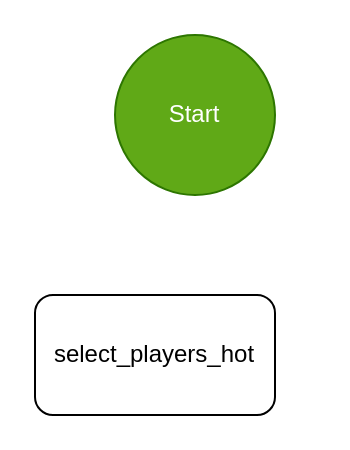
Erik-Martinez/Programming-Skills-Level3 keeps this draw.io diagram as Diagramas/exe1.drawio. Above is the earlier version. Source tidied: cells renumbered, new cells numbered last; positions are measured from the earlier drawing's top-left corner, leaving out a move shared by most shapes. Both pictures are drawn from the tidied source at 200%, with x=0, y=0 at pixel (34, 34).
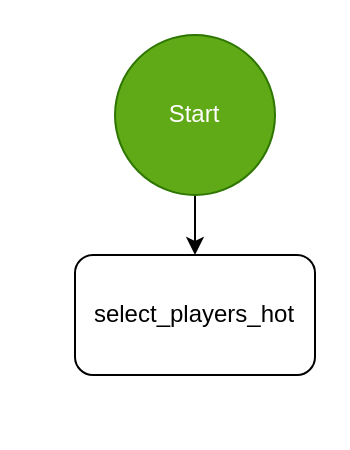
After the change.

Commit message (it also covers changes not shown here):
Exe1: finalizado

Diff of the diagram source:
```diff
@@
 <mxGraphModel>
   <root>
     <mxCell id="0" />
     <mxCell id="1" parent="0" />
+    <mxCell id="4" style="edgeStyle=none;html=1;entryX=0.5;entryY=0;entryDx=0;entryDy=0;" parent="1" edge="1" source="2" target="3">
+      <mxGeometry relative="1" as="geometry" />
+    </mxCell>
     <mxCell id="2" value="Start" style="ellipse;whiteSpace=wrap;html=1;fillColor=#60a917;fontColor=#ffffff;strokeColor=#2D7600;" parent="1" vertex="1">
       <mxGeometry x="40" width="80" height="80" as="geometry" />
     </mxCell>
     <mxCell id="3" value="select_players_hot" style="rounded=1;whiteSpace=wrap;html=1;" parent="1" vertex="1">
-      <mxGeometry y="130" width="120" height="60" as="geometry" />
+      <mxGeometry x="20" y="110" width="120" height="60" as="geometry" />
     </mxCell>
   </root>
 </mxGraphModel>
```
